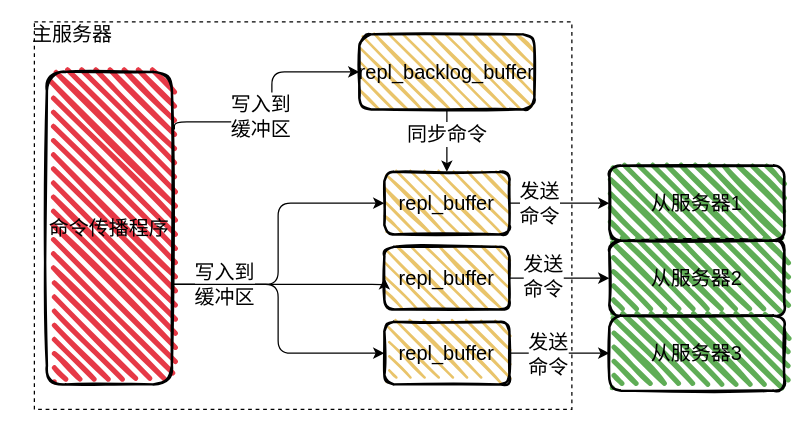
boilingfrog/Go-POINT keeps this draw.io diagram as page "repl_backlog" (2 of 17) of redis/redis.drawio. Above is the earlier version. Source tidied: cells renumbered, new cells numbered last; positions are measured from the earlier drawing's top-left corner, leaving out a move shared by most shapes. Both pictures are drawn from the tidied source at 125%, with x=0, y=0 at pixel (21, 21).
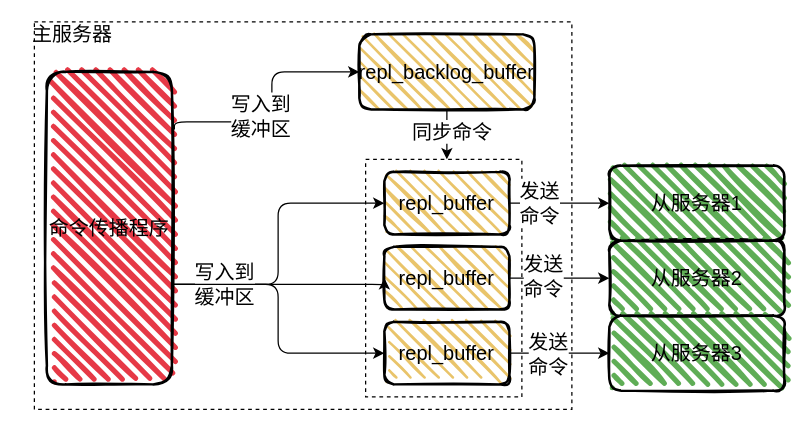
After the change.

Unchanged cells that the change refers to:
```xml
<mxCell id="14" value="&lt;span style=&quot;font-size: 16px&quot;&gt;repl_backlog_buffer&lt;/span&gt;" style="rounded=1;whiteSpace=wrap;html=1;strokeWidth=2;fillWeight=2;hachureGap=8;hachureAngle=45;fillColor=#E9C46A;sketch=1;fontSize=12;fillStyle=dots;" parent="1" vertex="1">
  <mxGeometry x="270" y="10" width="140" height="60" as="geometry" />
</mxCell>
<mxCell id="24" value="&lt;font style=&quot;font-size: 16px&quot;&gt;repl_buffer&lt;/font&gt;" style="rounded=1;whiteSpace=wrap;html=1;strokeWidth=2;fillWeight=2;hachureGap=8;hachureAngle=45;fillColor=#E9C46A;sketch=1;fontSize=12;fillStyle=dots;" parent="1" vertex="1">
  <mxGeometry x="290" y="120" width="100" height="50" as="geometry" />
</mxCell>
```

What changed in the source:
```diff
@@
+    <mxCell id="28" style="verticalLabelPosition=bottom;verticalAlign=top;html=1;shape=mxgraph.basic.rect;fillColor2=none;strokeWidth=1;size=20;indent=5;fillColor=none;dashed=1;" parent="1" vertex="1">
+      <mxGeometry x="275" y="110" width="125" height="190" as="geometry" />
+    </mxCell>
@@
-    <mxCell id="13" style="edgeStyle=orthogonalEdgeStyle;html=1;fontSize=16;startArrow=none;startFill=0;endArrow=classic;endFill=1;strokeWidth=1;" parent="1" edge="1" source="25" target="24">
-      <mxGeometry relative="1" as="geometry" />
-    </mxCell>
+    <mxCell id="29" style="edgeStyle=none;html=1;" parent="1" edge="1" source="14">
+      <mxGeometry relative="1" as="geometry">
+        <mxPoint x="340" y="110" as="targetPoint" />
+      </mxGeometry>
+    </mxCell>
+    <mxCell id="25" value="&lt;font style=&quot;font-size: 16px&quot;&gt;同步命令&lt;/font&gt;" style="edgeLabel;html=1;align=center;verticalAlign=middle;points=[];" parent="29" vertex="1">
+      <mxGeometry x="-0.15" y="3" relative="1" as="geometry" />
+    </mxCell>
@@
-    <mxCell id="25" value="同步命令" style="text;html=1;align=center;verticalAlign=middle;points=[];strokeColor=none;fillColor=none;fontSize=16;" parent="1" vertex="1">
-      <mxGeometry x="300" y="80" width="80" height="20" as="geometry" />
-    </mxCell>
-    <mxCell id="26" style="edgeStyle=orthogonalEdgeStyle;html=1;fontSize=16;startArrow=none;startFill=0;endArrow=none;endFill=1;strokeWidth=1;" parent="1" edge="1" source="14" target="25">
-      <mxGeometry relative="1" as="geometry" />
-    </mxCell>
```
